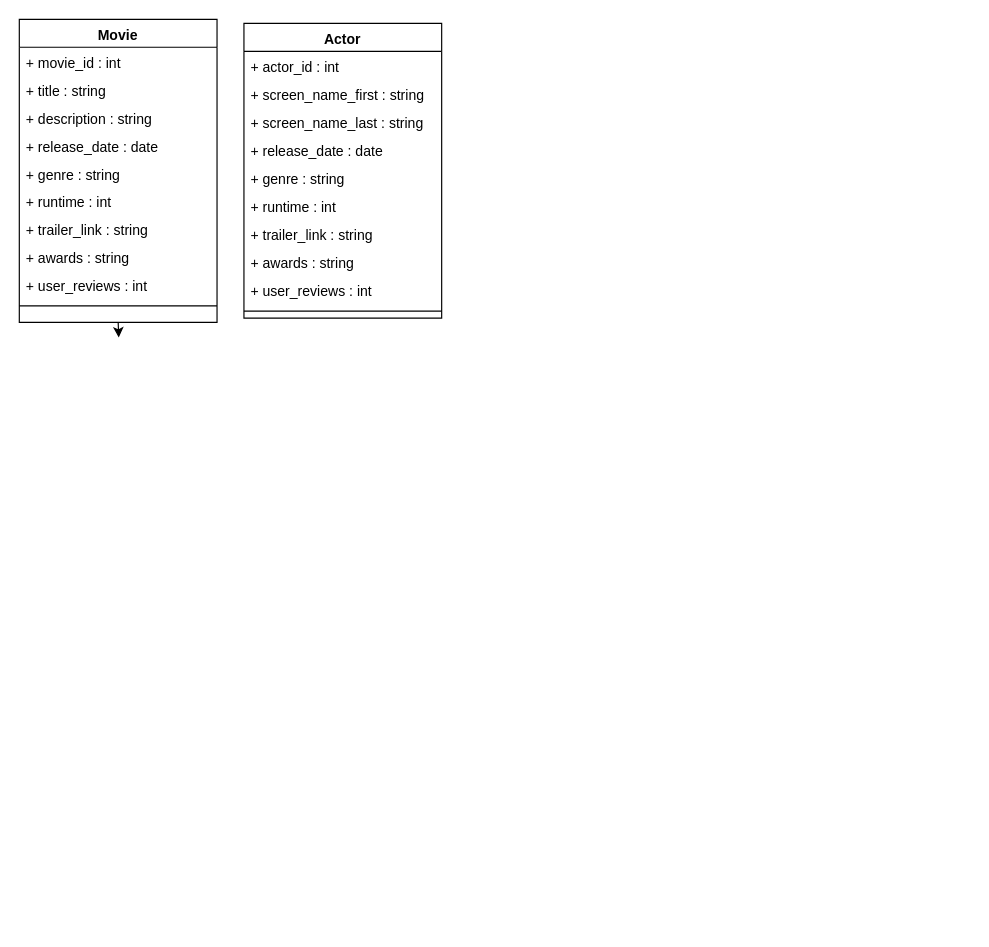
Above: Untitled Diagram.drawio in ariasalejandra/is206 (draw.io), before the change. Source tidied: cells renumbered, new cells numbered last; positions are measured from the earlier drawing's top-left corner, leaving out a move shared by most shapes. Both pictures are drawn from the tidied source at 117%, with x=0, y=0 at pixel (19, 19).
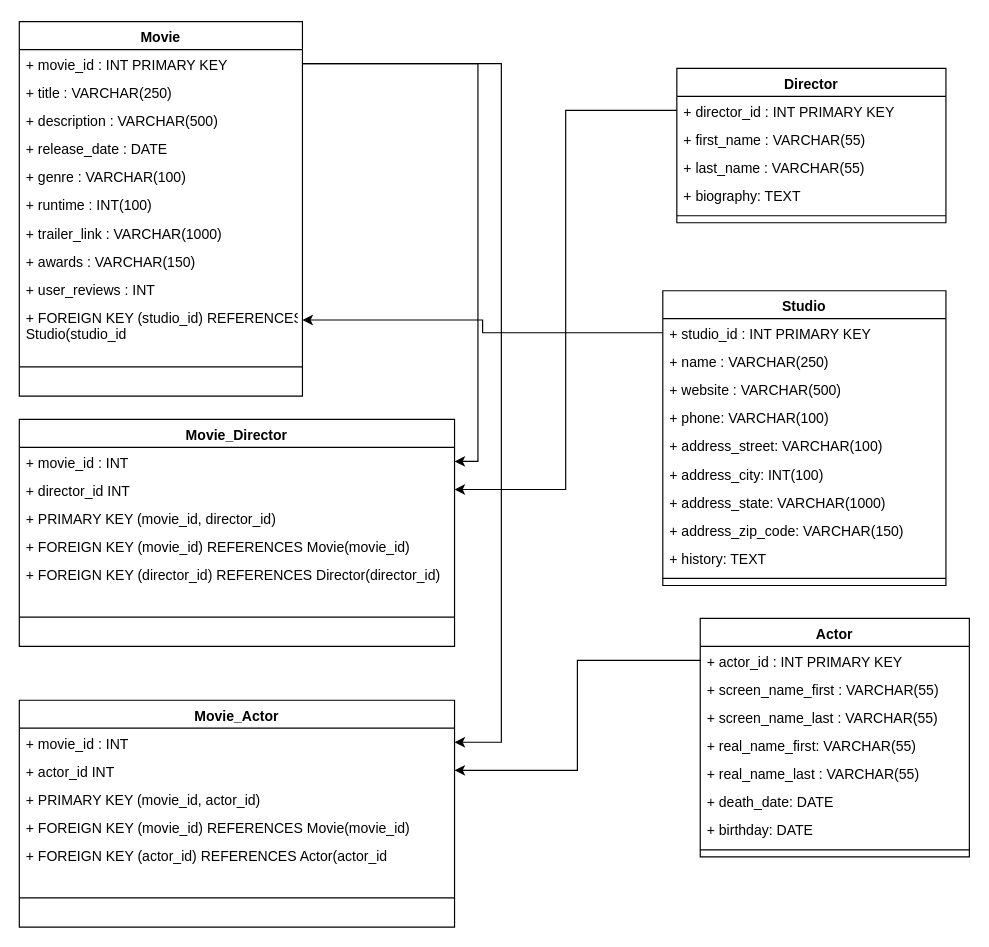
The same page after the edit.

Change to the diagram source:
```diff
@@
-    <mxCell id="2" style="edgeStyle=orthogonalEdgeStyle;rounded=0;jettySize=auto;html=1;exitX=0.5;exitY=1;exitDx=0;exitDy=0;" parent="1" edge="1" source="3">
-      <mxGeometry relative="1" as="geometry">
-        <mxPoint x="85" y="272" as="targetPoint" />
-      </mxGeometry>
-    </mxCell>
     <mxCell id="3" value="Movie" style="swimlane;fontStyle=1;align=center;verticalAlign=top;horizontal=1;startSize=23.904761904761905;" parent="1" vertex="1">
-      <mxGeometry width="169" height="259" as="geometry" />
+      <mxGeometry y="2" width="242" height="320" as="geometry" />
     </mxCell>
-    <mxCell id="4" value="+ movie_id : int" style="text;strokeColor=none;fillColor=none;align=left;verticalAlign=top;spacingLeft=4;spacingRight=4;overflow=hidden;points=[[0,0.5],[1,0.5]];portConstraint=eastwest;" parent="3" vertex="1">
-      <mxGeometry y="24" width="169" height="24" as="geometry" />
+    <mxCell id="4" value="+ movie_id : INT PRIMARY KEY&#10;" style="text;strokeColor=none;fillColor=none;align=left;verticalAlign=top;spacingLeft=4;spacingRight=4;overflow=hidden;points=[[0,0.5],[1,0.5]];portConstraint=eastwest;" parent="3" vertex="1">
+      <mxGeometry y="23.9" width="242" height="24" as="geometry" />
     </mxCell>
-    <mxCell id="5" value="+ title : string" style="text;strokeColor=none;fillColor=none;align=left;verticalAlign=top;spacingLeft=4;spacingRight=4;overflow=hidden;" parent="3" vertex="1">
-      <mxGeometry y="48" width="169" height="24" as="geometry" />
+    <mxCell id="5" value="+ title : VARCHAR(250)&#10;" style="text;strokeColor=none;fillColor=none;align=left;verticalAlign=top;spacingLeft=4;spacingRight=4;overflow=hidden;" parent="3" vertex="1">
+      <mxGeometry y="47.9" width="242" height="24" as="geometry" />
     </mxCell>
-    <mxCell id="6" value="+ description : string" style="text;strokeColor=none;fillColor=none;align=left;verticalAlign=top;spacingLeft=4;spacingRight=4;overflow=hidden;" parent="3" vertex="1">
-      <mxGeometry y="72" width="169" height="24" as="geometry" />
+    <mxCell id="6" value="+ description : VARCHAR(500)" style="text;strokeColor=none;fillColor=none;align=left;verticalAlign=top;spacingLeft=4;spacingRight=4;overflow=hidden;" parent="3" vertex="1">
+      <mxGeometry y="71.9" width="242" height="24" as="geometry" />
     </mxCell>
-    <mxCell id="7" value="+ release_date : date" style="text;strokeColor=none;fillColor=none;align=left;verticalAlign=top;spacingLeft=4;spacingRight=4;overflow=hidden;" parent="3" vertex="1">
-      <mxGeometry y="96" width="169" height="24" as="geometry" />
+    <mxCell id="7" value="+ release_date : DATE" style="text;strokeColor=none;fillColor=none;align=left;verticalAlign=top;spacingLeft=4;spacingRight=4;overflow=hidden;" parent="3" vertex="1">
+      <mxGeometry y="95.9" width="242" height="24" as="geometry" />
     </mxCell>
-    <mxCell id="8" value="+ genre : string" style="text;strokeColor=none;fillColor=none;align=left;verticalAlign=top;spacingLeft=4;spacingRight=4;overflow=hidden;" parent="3" vertex="1">
-      <mxGeometry y="120" width="169" height="24" as="geometry" />
+    <mxCell id="8" value="+ genre : VARCHAR(100)" style="text;strokeColor=none;fillColor=none;align=left;verticalAlign=top;spacingLeft=4;spacingRight=4;overflow=hidden;" parent="3" vertex="1">
+      <mxGeometry y="119.9" width="242" height="24" as="geometry" />
     </mxCell>
-    <mxCell id="9" value="+ runtime : int" style="text;strokeColor=none;fillColor=none;align=left;verticalAlign=top;spacingLeft=4;spacingRight=4;overflow=hidden;" parent="3" vertex="1">
-      <mxGeometry y="143" width="169" height="24" as="geometry" />
+    <mxCell id="9" value="+ runtime : INT(100)" style="text;strokeColor=none;fillColor=none;align=left;verticalAlign=top;spacingLeft=4;spacingRight=4;overflow=hidden;" parent="3" vertex="1">
+      <mxGeometry y="143.9" width="242" height="24" as="geometry" />
     </mxCell>
-    <mxCell id="10" value="+ trailer_link : string" style="text;strokeColor=none;fillColor=none;align=left;verticalAlign=top;spacingLeft=4;spacingRight=4;overflow=hidden;" parent="3" vertex="1">
-      <mxGeometry y="167" width="169" height="24" as="geometry" />
+    <mxCell id="10" value="+ trailer_link : VARCHAR(1000)" style="text;strokeColor=none;fillColor=none;align=left;verticalAlign=top;spacingLeft=4;spacingRight=4;overflow=hidden;" parent="3" vertex="1">
+      <mxGeometry y="167.9" width="242" height="24" as="geometry" />
     </mxCell>
-    <mxCell id="11" value="+ awards : string" style="text;strokeColor=none;fillColor=none;align=left;verticalAlign=top;spacingLeft=4;spacingRight=4;overflow=hidden;" parent="3" vertex="1">
-      <mxGeometry y="191" width="169" height="24" as="geometry" />
+    <mxCell id="11" value="+ awards : VARCHAR(150)" style="text;strokeColor=none;fillColor=none;align=left;verticalAlign=top;spacingLeft=4;spacingRight=4;overflow=hidden;" parent="3" vertex="1">
+      <mxGeometry y="191.9" width="242" height="24" as="geometry" />
     </mxCell>
-    <mxCell id="12" value="+ user_reviews : int" style="text;strokeColor=none;fillColor=none;align=left;verticalAlign=top;spacingLeft=4;spacingRight=4;overflow=hidden;" parent="3" vertex="1">
-      <mxGeometry y="215" width="169" height="24" as="geometry" />
+    <mxCell id="12" value="+ user_reviews : INT" style="text;strokeColor=none;fillColor=none;align=left;verticalAlign=top;spacingLeft=4;spacingRight=4;overflow=hidden;" parent="3" vertex="1">
+      <mxGeometry y="215.9" width="242" height="24.1" as="geometry" />
     </mxCell>
+    <mxCell id="25" value="+ FOREIGN KEY (studio_id) REFERENCES&#10;Studio(studio_id" style="text;strokeColor=none;fillColor=none;align=left;verticalAlign=top;spacingLeft=4;spacingRight=4;overflow=hidden;points=[[0,0.5],[1,0.5]];portConstraint=eastwest;" parent="3" vertex="1">
+      <mxGeometry y="240" width="242" height="30" as="geometry" />
+    </mxCell>
     <mxCell id="13" style="line;strokeWidth=1;fillColor=none;align=left;verticalAlign=middle;spacingTop=-1;spacingLeft=3;spacingRight=3;labelPosition=right;strokeColor=inherit;" parent="3" vertex="1">
-      <mxGeometry y="239" width="169" height="12" as="geometry" />
+      <mxGeometry y="270" width="242" height="50" as="geometry" />
     </mxCell>
-    <mxCell id="14" value="Actor" style="swimlane;fontStyle=1;align=center;verticalAlign=top;horizontal=1;startSize=23.904761904761905;" parent="1" vertex="1">
-      <mxGeometry x="192" y="3.5" width="169" height="251.9" as="geometry" />
+    <mxCell id="14" value="Director" style="swimlane;fontStyle=1;align=center;verticalAlign=top;horizontal=1;startSize=23.904761904761905;" parent="1" vertex="1">
+      <mxGeometry x="562" y="42" width="230" height="131.9" as="geometry" />
     </mxCell>
-    <mxCell id="15" value="+ actor_id : int" style="text;strokeColor=none;fillColor=none;align=left;verticalAlign=top;spacingLeft=4;spacingRight=4;overflow=hidden;points=[[0,0.5],[1,0.5]];portConstraint=eastwest;" parent="14" vertex="1">
-      <mxGeometry y="23.9" width="169" height="24" as="geometry" />
+    <mxCell id="15" value="+ director_id : INT PRIMARY KEY" style="text;strokeColor=none;fillColor=none;align=left;verticalAlign=top;spacingLeft=4;spacingRight=4;overflow=hidden;points=[[0,0.5],[1,0.5]];portConstraint=eastwest;" parent="14" vertex="1">
+      <mxGeometry y="23.9" width="230" height="24" as="geometry" />
     </mxCell>
-    <mxCell id="16" value="+ screen_name_first : string" style="text;strokeColor=none;fillColor=none;align=left;verticalAlign=top;spacingLeft=4;spacingRight=4;overflow=hidden;" parent="14" vertex="1">
-      <mxGeometry y="47.9" width="169" height="24" as="geometry" />
+    <mxCell id="16" value="+ first_name : VARCHAR(55)" style="text;strokeColor=none;fillColor=none;align=left;verticalAlign=top;spacingLeft=4;spacingRight=4;overflow=hidden;" parent="14" vertex="1">
+      <mxGeometry y="47.9" width="230" height="24" as="geometry" />
     </mxCell>
-    <mxCell id="17" value="+ screen_name_last : string" style="text;strokeColor=none;fillColor=none;align=left;verticalAlign=top;spacingLeft=4;spacingRight=4;overflow=hidden;" parent="14" vertex="1">
-      <mxGeometry y="71.9" width="169" height="24" as="geometry" />
+    <mxCell id="17" value="+ last_name : VARCHAR(55)" style="text;strokeColor=none;fillColor=none;align=left;verticalAlign=top;spacingLeft=4;spacingRight=4;overflow=hidden;" parent="14" vertex="1">
+      <mxGeometry y="71.9" width="230" height="24" as="geometry" />
     </mxCell>
-    <mxCell id="18" value="+ release_date : date" style="text;strokeColor=none;fillColor=none;align=left;verticalAlign=top;spacingLeft=4;spacingRight=4;overflow=hidden;" parent="14" vertex="1">
-      <mxGeometry y="95.9" width="169" height="24" as="geometry" />
+    <mxCell id="18" value="+ biography: TEXT " style="text;strokeColor=none;fillColor=none;align=left;verticalAlign=top;spacingLeft=4;spacingRight=4;overflow=hidden;" parent="14" vertex="1">
+      <mxGeometry y="95.9" width="230" height="24" as="geometry" />
     </mxCell>
-    <mxCell id="19" value="+ genre : string" style="text;strokeColor=none;fillColor=none;align=left;verticalAlign=top;spacingLeft=4;spacingRight=4;overflow=hidden;" parent="14" vertex="1">
-      <mxGeometry y="119.9" width="169" height="24" as="geometry" />
-    </mxCell>
-    <mxCell id="20" value="+ runtime : int" style="text;strokeColor=none;fillColor=none;align=left;verticalAlign=top;spacingLeft=4;spacingRight=4;overflow=hidden;" parent="14" vertex="1">
-      <mxGeometry y="143.9" width="169" height="24" as="geometry" />
-    </mxCell>
-    <mxCell id="21" value="+ trailer_link : string" style="text;strokeColor=none;fillColor=none;align=left;verticalAlign=top;spacingLeft=4;spacingRight=4;overflow=hidden;" parent="14" vertex="1">
-      <mxGeometry y="167.9" width="169" height="24" as="geometry" />
-    </mxCell>
-    <mxCell id="22" value="+ awards : string" style="text;strokeColor=none;fillColor=none;align=left;verticalAlign=top;spacingLeft=4;spacingRight=4;overflow=hidden;" parent="14" vertex="1">
-      <mxGeometry y="191.9" width="169" height="24" as="geometry" />
-    </mxCell>
-    <mxCell id="23" value="+ user_reviews : int" style="text;strokeColor=none;fillColor=none;align=left;verticalAlign=top;spacingLeft=4;spacingRight=4;overflow=hidden;" parent="14" vertex="1">
-      <mxGeometry y="215.9" width="169" height="24" as="geometry" />
-    </mxCell>
     <mxCell id="24" style="line;strokeWidth=1;fillColor=none;align=left;verticalAlign=middle;spacingTop=-1;spacingLeft=3;spacingRight=3;labelPosition=right;strokeColor=inherit;" parent="14" vertex="1">
-      <mxGeometry y="239.9" width="169" height="12" as="geometry" />
+      <mxGeometry y="119.9" width="230" height="12" as="geometry" />
     </mxCell>
+    <mxCell id="26" value="Actor" style="swimlane;fontStyle=1;align=center;verticalAlign=top;horizontal=1;startSize=23.904761904761905;" parent="1" vertex="1">
+      <mxGeometry x="582" y="512" width="230" height="203.9" as="geometry" />
+    </mxCell>
+    <mxCell id="27" value="+ actor_id : INT PRIMARY KEY" style="text;strokeColor=none;fillColor=none;align=left;verticalAlign=top;spacingLeft=4;spacingRight=4;overflow=hidden;points=[[0,0.5],[1,0.5]];portConstraint=eastwest;" parent="26" vertex="1">
+      <mxGeometry y="23.9" width="230" height="24" as="geometry" />
+    </mxCell>
+    <mxCell id="28" value="+ screen_name_first : VARCHAR(55)" style="text;strokeColor=none;fillColor=none;align=left;verticalAlign=top;spacingLeft=4;spacingRight=4;overflow=hidden;" parent="26" vertex="1">
+      <mxGeometry y="47.9" width="230" height="24" as="geometry" />
+    </mxCell>
+    <mxCell id="29" value="+ screen_name_last : VARCHAR(55)" style="text;strokeColor=none;fillColor=none;align=left;verticalAlign=top;spacingLeft=4;spacingRight=4;overflow=hidden;" parent="26" vertex="1">
+      <mxGeometry y="71.9" width="230" height="24" as="geometry" />
+    </mxCell>
+    <mxCell id="30" value="+ real_name_first: VARCHAR(55) " style="text;strokeColor=none;fillColor=none;align=left;verticalAlign=top;spacingLeft=4;spacingRight=4;overflow=hidden;" parent="26" vertex="1">
+      <mxGeometry y="95.9" width="230" height="24" as="geometry" />
+    </mxCell>
+    <mxCell id="31" value="+ real_name_last : VARCHAR(55)" style="text;strokeColor=none;fillColor=none;align=left;verticalAlign=top;spacingLeft=4;spacingRight=4;overflow=hidden;" parent="26" vertex="1">
+      <mxGeometry y="119.9" width="230" height="24" as="geometry" />
+    </mxCell>
+    <mxCell id="32" value="+ death_date: DATE" style="text;strokeColor=none;fillColor=none;align=left;verticalAlign=top;spacingLeft=4;spacingRight=4;overflow=hidden;" parent="26" vertex="1">
+      <mxGeometry y="143.9" width="230" height="24" as="geometry" />
+    </mxCell>
+    <mxCell id="33" value="+ birthday: DATE" style="text;strokeColor=none;fillColor=none;align=left;verticalAlign=top;spacingLeft=4;spacingRight=4;overflow=hidden;" parent="26" vertex="1">
+      <mxGeometry y="167.9" width="230" height="24" as="geometry" />
+    </mxCell>
+    <mxCell id="34" style="line;strokeWidth=1;fillColor=none;align=left;verticalAlign=middle;spacingTop=-1;spacingLeft=3;spacingRight=3;labelPosition=right;strokeColor=inherit;" parent="26" vertex="1">
+      <mxGeometry y="191.9" width="230" height="12" as="geometry" />
+    </mxCell>
+    <mxCell id="35" value="Studio" style="swimlane;fontStyle=1;align=center;verticalAlign=top;horizontal=1;startSize=23.904761904761905;" parent="1" vertex="1">
+      <mxGeometry x="550" y="232" width="242" height="251.9" as="geometry" />
+    </mxCell>
+    <mxCell id="36" value="+ studio_id : INT PRIMARY KEY&#10;" style="text;strokeColor=none;fillColor=none;align=left;verticalAlign=top;spacingLeft=4;spacingRight=4;overflow=hidden;points=[[0,0.5],[1,0.5]];portConstraint=eastwest;" parent="35" vertex="1">
+      <mxGeometry y="23.9" width="242" height="24" as="geometry" />
+    </mxCell>
+    <mxCell id="37" value="+ name : VARCHAR(250)&#10;" style="text;strokeColor=none;fillColor=none;align=left;verticalAlign=top;spacingLeft=4;spacingRight=4;overflow=hidden;" parent="35" vertex="1">
+      <mxGeometry y="47.9" width="242" height="24" as="geometry" />
+    </mxCell>
+    <mxCell id="38" value="+ website : VARCHAR(500)" style="text;strokeColor=none;fillColor=none;align=left;verticalAlign=top;spacingLeft=4;spacingRight=4;overflow=hidden;" parent="35" vertex="1">
+      <mxGeometry y="71.9" width="242" height="24" as="geometry" />
+    </mxCell>
+    <mxCell id="39" value="+ phone: VARCHAR(100)" style="text;strokeColor=none;fillColor=none;align=left;verticalAlign=top;spacingLeft=4;spacingRight=4;overflow=hidden;" parent="35" vertex="1">
+      <mxGeometry y="95.9" width="242" height="24" as="geometry" />
+    </mxCell>
+    <mxCell id="40" value="+ address_street: VARCHAR(100)" style="text;strokeColor=none;fillColor=none;align=left;verticalAlign=top;spacingLeft=4;spacingRight=4;overflow=hidden;" parent="35" vertex="1">
+      <mxGeometry y="119.9" width="242" height="24" as="geometry" />
+    </mxCell>
+    <mxCell id="41" value="+ address_city: INT(100)" style="text;strokeColor=none;fillColor=none;align=left;verticalAlign=top;spacingLeft=4;spacingRight=4;overflow=hidden;" parent="35" vertex="1">
+      <mxGeometry y="143.9" width="242" height="24" as="geometry" />
+    </mxCell>
+    <mxCell id="42" value="+ address_state: VARCHAR(1000)" style="text;strokeColor=none;fillColor=none;align=left;verticalAlign=top;spacingLeft=4;spacingRight=4;overflow=hidden;" parent="35" vertex="1">
+      <mxGeometry y="167.9" width="242" height="24" as="geometry" />
+    </mxCell>
+    <mxCell id="43" value="+ address_zip_code: VARCHAR(150)" style="text;strokeColor=none;fillColor=none;align=left;verticalAlign=top;spacingLeft=4;spacingRight=4;overflow=hidden;" parent="35" vertex="1">
+      <mxGeometry y="191.9" width="242" height="24" as="geometry" />
+    </mxCell>
+    <mxCell id="44" value="+ history: TEXT" style="text;strokeColor=none;fillColor=none;align=left;verticalAlign=top;spacingLeft=4;spacingRight=4;overflow=hidden;" parent="35" vertex="1">
+      <mxGeometry y="215.9" width="242" height="24" as="geometry" />
+    </mxCell>
+    <mxCell id="45" style="line;strokeWidth=1;fillColor=none;align=left;verticalAlign=middle;spacingTop=-1;spacingLeft=3;spacingRight=3;labelPosition=right;strokeColor=inherit;" parent="35" vertex="1">
+      <mxGeometry y="239.9" width="242" height="12" as="geometry" />
+    </mxCell>
+    <mxCell id="46" value="Movie_Director" style="swimlane;fontStyle=1;align=center;verticalAlign=top;horizontal=1;startSize=23.904761904761905;" parent="1" vertex="1">
+      <mxGeometry y="342" width="372" height="193.9" as="geometry" />
+    </mxCell>
+    <mxCell id="47" value="+ movie_id : INT&#10;" style="text;strokeColor=none;fillColor=none;align=left;verticalAlign=top;spacingLeft=4;spacingRight=4;overflow=hidden;points=[[0,0.5],[1,0.5]];portConstraint=eastwest;" parent="46" vertex="1">
+      <mxGeometry y="23.9" width="372" height="24" as="geometry" />
+    </mxCell>
+    <mxCell id="48" value="+ director_id INT&#10;" style="text;strokeColor=none;fillColor=none;align=left;verticalAlign=top;spacingLeft=4;spacingRight=4;overflow=hidden;points=[[0,0.5],[1,0.5]];portConstraint=eastwest;" parent="46" vertex="1">
+      <mxGeometry y="47.9" width="372" height="24" as="geometry" />
+    </mxCell>
+    <mxCell id="49" value="+ PRIMARY KEY (movie_id, director_id)" style="text;strokeColor=none;fillColor=none;align=left;verticalAlign=top;spacingLeft=4;spacingRight=4;overflow=hidden;" parent="46" vertex="1">
+      <mxGeometry y="71.9" width="372" height="24" as="geometry" />
+    </mxCell>
+    <mxCell id="50" value="+ FOREIGN KEY (movie_id) REFERENCES Movie(movie_id)" style="text;strokeColor=none;fillColor=none;align=left;verticalAlign=top;spacingLeft=4;spacingRight=4;overflow=hidden;" parent="46" vertex="1">
+      <mxGeometry y="95.9" width="372" height="24" as="geometry" />
+    </mxCell>
+    <mxCell id="51" value="+ FOREIGN KEY (director_id) REFERENCES Director(director_id)" style="text;strokeColor=none;fillColor=none;align=left;verticalAlign=top;spacingLeft=4;spacingRight=4;overflow=hidden;" parent="46" vertex="1">
+      <mxGeometry y="119.9" width="372" height="24" as="geometry" />
+    </mxCell>
+    <mxCell id="52" style="line;strokeWidth=1;fillColor=none;align=left;verticalAlign=middle;spacingTop=-1;spacingLeft=3;spacingRight=3;labelPosition=right;strokeColor=inherit;" parent="46" vertex="1">
+      <mxGeometry y="143.9" width="372" height="50" as="geometry" />
+    </mxCell>
+    <mxCell id="53" value="Movie_Actor" style="swimlane;fontStyle=1;align=center;verticalAlign=top;horizontal=1;startSize=23.904761904761905;" parent="1" vertex="1">
+      <mxGeometry y="582" width="372" height="193.9" as="geometry" />
+    </mxCell>
+    <mxCell id="54" value="+ movie_id : INT&#10;" style="text;strokeColor=none;fillColor=none;align=left;verticalAlign=top;spacingLeft=4;spacingRight=4;overflow=hidden;points=[[0,0.5],[1,0.5]];portConstraint=eastwest;" parent="53" vertex="1">
+      <mxGeometry y="23.9" width="372" height="24" as="geometry" />
+    </mxCell>
+    <mxCell id="55" value="+ actor_id INT&#10;" style="text;strokeColor=none;fillColor=none;align=left;verticalAlign=top;spacingLeft=4;spacingRight=4;overflow=hidden;points=[[0,0.5],[1,0.5]];portConstraint=eastwest;" parent="53" vertex="1">
+      <mxGeometry y="47.9" width="372" height="24" as="geometry" />
+    </mxCell>
+    <mxCell id="56" value="+ PRIMARY KEY (movie_id, actor_id)" style="text;strokeColor=none;fillColor=none;align=left;verticalAlign=top;spacingLeft=4;spacingRight=4;overflow=hidden;" parent="53" vertex="1">
+      <mxGeometry y="71.9" width="372" height="24" as="geometry" />
+    </mxCell>
+    <mxCell id="57" value="+ FOREIGN KEY (movie_id) REFERENCES Movie(movie_id)" style="text;strokeColor=none;fillColor=none;align=left;verticalAlign=top;spacingLeft=4;spacingRight=4;overflow=hidden;" parent="53" vertex="1">
+      <mxGeometry y="95.9" width="372" height="24" as="geometry" />
+    </mxCell>
+    <mxCell id="58" value="+ FOREIGN KEY (actor_id) REFERENCES Actor(actor_id" style="text;strokeColor=none;fillColor=none;align=left;verticalAlign=top;spacingLeft=4;spacingRight=4;overflow=hidden;" parent="53" vertex="1">
+      <mxGeometry y="119.9" width="372" height="24" as="geometry" />
+    </mxCell>
+    <mxCell id="59" style="line;strokeWidth=1;fillColor=none;align=left;verticalAlign=middle;spacingTop=-1;spacingLeft=3;spacingRight=3;labelPosition=right;strokeColor=inherit;" parent="53" vertex="1">
+      <mxGeometry y="143.9" width="372" height="50" as="geometry" />
+    </mxCell>
+    <mxCell id="60" style="edgeStyle=orthogonalEdgeStyle;rounded=0;jettySize=auto;html=1;exitX=0;exitY=0.5;exitDx=0;exitDy=0;entryX=1;entryY=0.5;entryDx=0;entryDy=0;" parent="1" edge="1" source="27" target="55">
+      <mxGeometry relative="1" as="geometry" />
+    </mxCell>
+    <mxCell id="61" style="edgeStyle=orthogonalEdgeStyle;rounded=0;jettySize=auto;html=1;exitX=1;exitY=0.5;exitDx=0;exitDy=0;entryX=1;entryY=0.5;entryDx=0;entryDy=0;" parent="1" edge="1" source="4" target="54">
+      <mxGeometry relative="1" as="geometry">
+        <Array as="points">
+          <mxPoint x="412" y="38" />
+          <mxPoint x="412" y="618" />
+        </Array>
+      </mxGeometry>
+    </mxCell>
+    <mxCell id="62" style="edgeStyle=orthogonalEdgeStyle;rounded=0;jettySize=auto;html=1;entryX=1;entryY=0.5;entryDx=0;entryDy=0;" parent="1" edge="1" source="4" target="47">
+      <mxGeometry relative="1" as="geometry" />
+    </mxCell>
+    <mxCell id="63" style="edgeStyle=orthogonalEdgeStyle;rounded=0;jettySize=auto;html=1;entryX=1;entryY=0.5;entryDx=0;entryDy=0;" parent="1" edge="1" source="15" target="48">
+      <mxGeometry relative="1" as="geometry" />
+    </mxCell>
+    <mxCell id="64" style="edgeStyle=orthogonalEdgeStyle;rounded=0;jettySize=auto;html=1;exitX=0;exitY=0.5;exitDx=0;exitDy=0;entryX=1;entryY=0.5;entryDx=0;entryDy=0;" parent="1" edge="1" source="36" target="25">
+      <mxGeometry relative="1" as="geometry" />
+    </mxCell>
```
